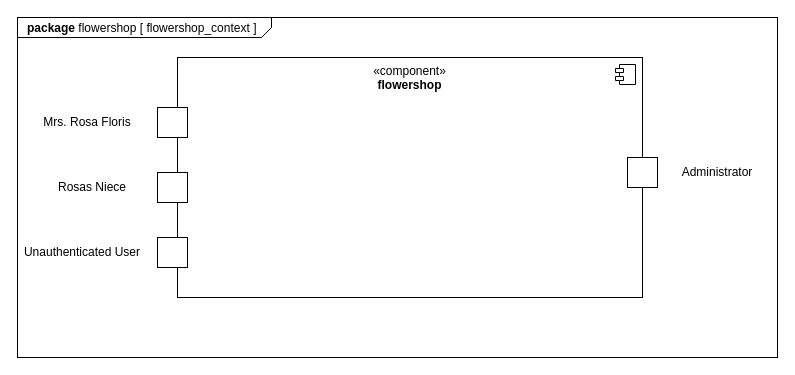
Earlier version of the draw.io diagram src/main/asciidoc/models/analysis/contextdiagram.drawio (mrEkso/Flower-Shop-Management-System). Source tidied: cells renumbered, new cells numbered last; positions are measured from the earlier drawing's top-left corner, leaving out a move shared by most shapes. Both pictures are drawn from the tidied source at 100%, with x=0, y=0 at pixel (17, 17).
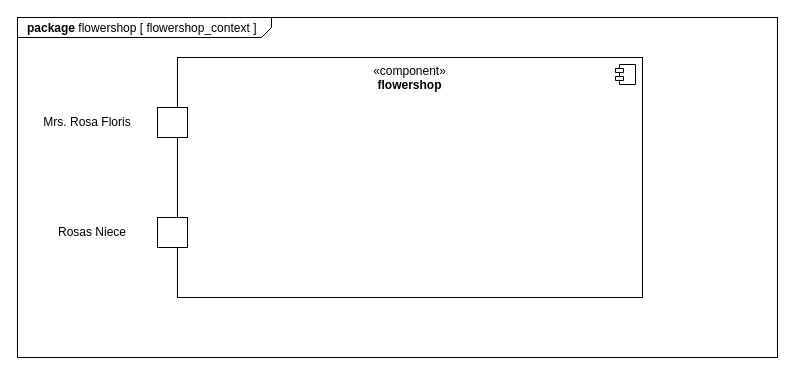
The same diagram, later.

Diff of the diagram source:
```diff
@@
 <mxGraphModel>
   <root>
     <mxCell id="0" />
     <mxCell id="1" parent="0" />
     <mxCell id="2" value="&lt;p style=&quot;margin:0px;margin-top:4px;margin-left:10px;text-align:left;&quot;&gt;&lt;b&gt;package&lt;/b&gt; flowershop   [ flowershop_context ]&lt;/p&gt;" style="html=1;shape=mxgraph.sysml.package;align=left;spacingLeft=5;verticalAlign=top;spacingTop=-3;labelX=254.67;html=1;overflow=fill;" parent="1" vertex="1">
       <mxGeometry width="760" height="340" as="geometry" />
     </mxCell>
     <mxCell id="3" value="«component»&lt;br&gt;&lt;b&gt;flowershop&lt;/b&gt;" style="html=1;whiteSpace=wrap;verticalAlign=top;" parent="1" vertex="1">
       <mxGeometry x="160" y="40" width="465" height="240" as="geometry" />
     </mxCell>
     <mxCell id="4" style="shape=module;jettyWidth=8;jettyHeight=4;" parent="3" vertex="1">
       <mxGeometry x="1" width="20" height="20" relative="1" as="geometry">
         <mxPoint x="-27" y="7" as="offset" />
       </mxGeometry>
     </mxCell>
     <mxCell id="5" style="whiteSpace=wrap;html=1;" parent="1" vertex="1">
       <mxGeometry x="140" y="90" width="30" height="30" as="geometry" />
     </mxCell>
     <mxCell id="6" value="Mrs. Rosa Floris" style="text;html=1;align=center;verticalAlign=middle;whiteSpace=wrap;rounded=0;" parent="1" vertex="1">
       <mxGeometry x="10" y="90" width="120" height="30" as="geometry" />
     </mxCell>
     <mxCell id="7" style="whiteSpace=wrap;html=1;" parent="1" vertex="1">
-      <mxGeometry x="140" y="155" width="30" height="30" as="geometry" />
+      <mxGeometry x="140" y="200" width="30" height="30" as="geometry" />
     </mxCell>
     <mxCell id="8" value="Rosas Niece" style="text;html=1;align=center;verticalAlign=middle;whiteSpace=wrap;rounded=0;" parent="1" vertex="1">
-      <mxGeometry x="20" y="155" width="110" height="30" as="geometry" />
+      <mxGeometry x="20" y="200" width="110" height="30" as="geometry" />
     </mxCell>
-    <mxCell id="9" style="whiteSpace=wrap;html=1;" parent="1" vertex="1">
-      <mxGeometry x="610" y="140" width="30" height="30" as="geometry" />
-    </mxCell>
-    <mxCell id="10" value="Administrator" style="text;html=1;align=center;verticalAlign=middle;whiteSpace=wrap;rounded=0;" parent="1" vertex="1">
-      <mxGeometry x="640" y="140" width="120" height="30" as="geometry" />
-    </mxCell>
-    <mxCell id="11" style="whiteSpace=wrap;html=1;" parent="1" vertex="1">
-      <mxGeometry x="140" y="220" width="30" height="30" as="geometry" />
-    </mxCell>
-    <mxCell id="12" value="Unauthenticated User" style="text;html=1;align=center;verticalAlign=middle;whiteSpace=wrap;rounded=0;" parent="1" vertex="1">
-      <mxGeometry y="220" width="130" height="30" as="geometry" />
-    </mxCell>
   </root>
 </mxGraphModel>
```
